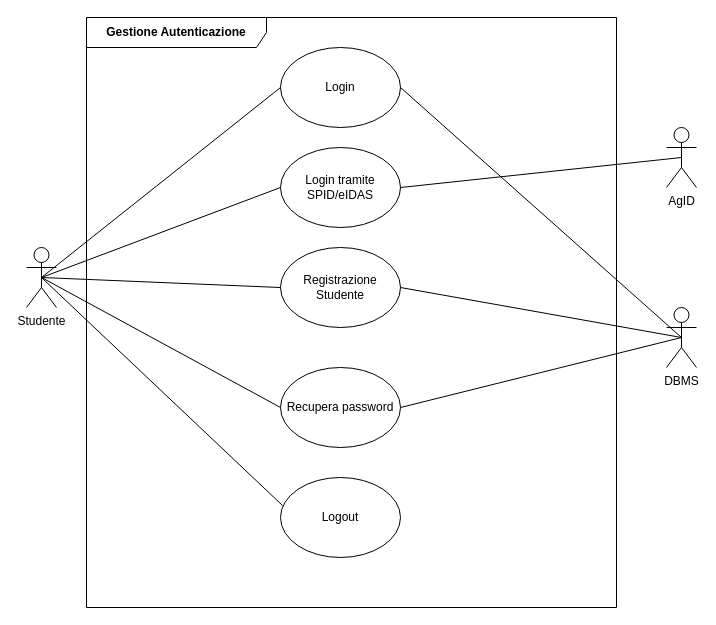
SImone1104/IDS keeps this draw.io diagram as page "Gestione autenticazione" (3 of 16) of visteD'insiemeDraw/VistaD'insiemeProgetto-2.drawio. Above is the earlier version. Source tidied: cells renumbered, new cells numbered last; positions are measured from the earlier drawing's top-left corner, leaving out a move shared by most shapes. Both pictures are drawn from the tidied source at 100%, with x=0, y=0 at pixel (26, 17).
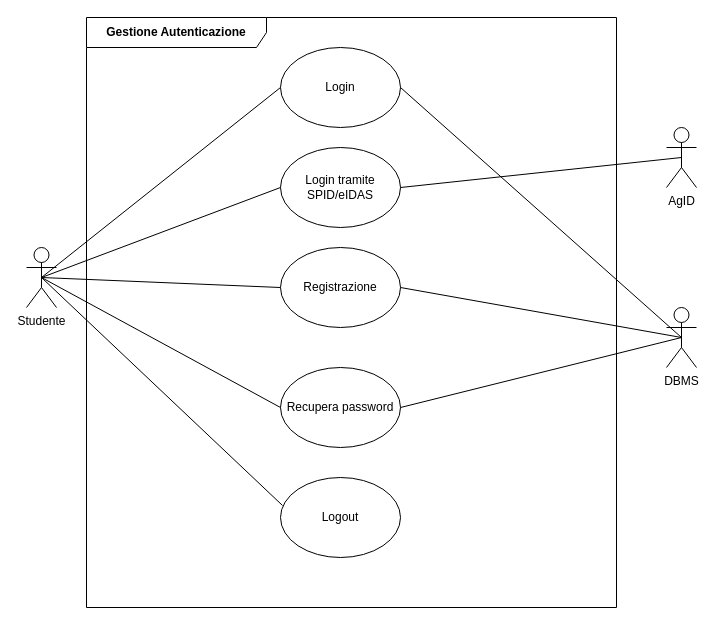
Above is the later version.

Change to the diagram source:
```diff
@@
 <mxGraphModel>
   <root>
     <mxCell id="0" />
     <mxCell id="1" parent="0" />
     <mxCell id="2" style="rounded=0;jettySize=auto;html=1;exitX=0.5;exitY=0.5;exitDx=0;exitDy=0;exitPerimeter=0;entryX=0;entryY=0.5;entryDx=0;entryDy=0;endArrow=none;endFill=0;" parent="1" edge="1" source="6" target="7">
       <mxGeometry relative="1" as="geometry" />
     </mxCell>
     <mxCell id="3" style="rounded=0;jettySize=auto;html=1;exitX=0.5;exitY=0.5;exitDx=0;exitDy=0;exitPerimeter=0;entryX=0;entryY=0.5;entryDx=0;entryDy=0;endArrow=none;endFill=0;" parent="1" edge="1" source="6" target="8">
       <mxGeometry relative="1" as="geometry" />
     </mxCell>
     <mxCell id="4" style="rounded=0;jettySize=auto;html=1;exitX=0.5;exitY=0.5;exitDx=0;exitDy=0;exitPerimeter=0;entryX=0;entryY=0.5;entryDx=0;entryDy=0;endArrow=none;endFill=0;" parent="1" edge="1" source="6" target="9">
       <mxGeometry relative="1" as="geometry" />
     </mxCell>
     <mxCell id="5" style="rounded=0;jettySize=auto;html=1;exitX=0.5;exitY=0.5;exitDx=0;exitDy=0;exitPerimeter=0;entryX=0;entryY=0.5;entryDx=0;entryDy=0;endArrow=none;endFill=0;" parent="1" edge="1" source="6" target="18">
       <mxGeometry relative="1" as="geometry" />
     </mxCell>
     <mxCell id="6" value="Studente" style="shape=umlActor;verticalLabelPosition=bottom;verticalAlign=top;html=1;outlineConnect=0;" parent="1" vertex="1">
       <mxGeometry y="230" width="30" height="60" as="geometry" />
     </mxCell>
     <mxCell id="7" value="Login" style="ellipse;whiteSpace=wrap;html=1;fillColor=none;" parent="1" vertex="1">
       <mxGeometry x="254" y="30" width="120" height="80" as="geometry" />
     </mxCell>
-    <mxCell id="8" value="Registrazione Studente" style="ellipse;whiteSpace=wrap;html=1;fillColor=none;" parent="1" vertex="1">
+    <mxCell id="8" value="Registrazione" style="ellipse;whiteSpace=wrap;html=1;fillColor=none;" parent="1" vertex="1">
       <mxGeometry x="254" y="230" width="120" height="80" as="geometry" />
     </mxCell>
     <mxCell id="9" value="Recupera password" style="ellipse;whiteSpace=wrap;html=1;fillColor=none;" parent="1" vertex="1">
       <mxGeometry x="254" y="350" width="120" height="80" as="geometry" />
     </mxCell>
     <mxCell id="10" value="DBMS" style="shape=umlActor;verticalLabelPosition=bottom;verticalAlign=top;html=1;outlineConnect=0;" parent="1" vertex="1">
       <mxGeometry x="640" y="290" width="30" height="60" as="geometry" />
     </mxCell>
     <mxCell id="11" style="rounded=0;jettySize=auto;html=1;exitX=1;exitY=0.5;exitDx=0;exitDy=0;entryX=0.5;entryY=0.5;entryDx=0;entryDy=0;entryPerimeter=0;endArrow=none;endFill=0;" parent="1" edge="1" source="7" target="10">
       <mxGeometry relative="1" as="geometry" />
     </mxCell>
     <mxCell id="12" style="rounded=0;jettySize=auto;html=1;exitX=1;exitY=0.5;exitDx=0;exitDy=0;entryX=0.5;entryY=0.5;entryDx=0;entryDy=0;entryPerimeter=0;endArrow=none;endFill=0;" parent="1" edge="1" source="8" target="10">
       <mxGeometry relative="1" as="geometry" />
     </mxCell>
     <mxCell id="13" style="rounded=0;jettySize=auto;html=1;exitX=1;exitY=0.5;exitDx=0;exitDy=0;entryX=0.5;entryY=0.5;entryDx=0;entryDy=0;entryPerimeter=0;endArrow=none;endFill=0;" parent="1" edge="1" source="9" target="10">
       <mxGeometry relative="1" as="geometry" />
     </mxCell>
     <mxCell id="14" value="AgID" style="shape=umlActor;verticalLabelPosition=bottom;verticalAlign=top;html=1;outlineConnect=0;" parent="1" vertex="1">
       <mxGeometry x="640" y="110" width="30" height="60" as="geometry" />
     </mxCell>
     <mxCell id="15" value="Logout" style="ellipse;whiteSpace=wrap;html=1;fillColor=none;" parent="1" vertex="1">
       <mxGeometry x="254" y="460" width="120" height="80" as="geometry" />
     </mxCell>
     <mxCell id="16" style="rounded=0;jettySize=auto;html=1;exitX=0.5;exitY=0.5;exitDx=0;exitDy=0;exitPerimeter=0;entryX=0.017;entryY=0.35;entryDx=0;entryDy=0;endArrow=none;endFill=0;entryPerimeter=0;" parent="1" edge="1" source="6" target="15">
       <mxGeometry relative="1" as="geometry" />
     </mxCell>
     <mxCell id="17" value="&lt;b&gt;Gestione Autenticazione&lt;/b&gt;" style="shape=umlFrame;whiteSpace=wrap;html=1;width=180;height=30;" parent="1" vertex="1">
       <mxGeometry x="60" width="530" height="590" as="geometry" />
     </mxCell>
     <mxCell id="18" value="Login tramite SPID/eIDAS" style="ellipse;whiteSpace=wrap;html=1;fillColor=none;" parent="1" vertex="1">
       <mxGeometry x="254" y="130" width="120" height="80" as="geometry" />
     </mxCell>
     <mxCell id="19" style="rounded=0;jettySize=auto;html=1;exitX=1;exitY=0.5;exitDx=0;exitDy=0;entryX=0.5;entryY=0.5;entryDx=0;entryDy=0;entryPerimeter=0;endArrow=none;endFill=0;" parent="1" edge="1" source="18" target="14">
       <mxGeometry relative="1" as="geometry" />
     </mxCell>
   </root>
 </mxGraphModel>
```
